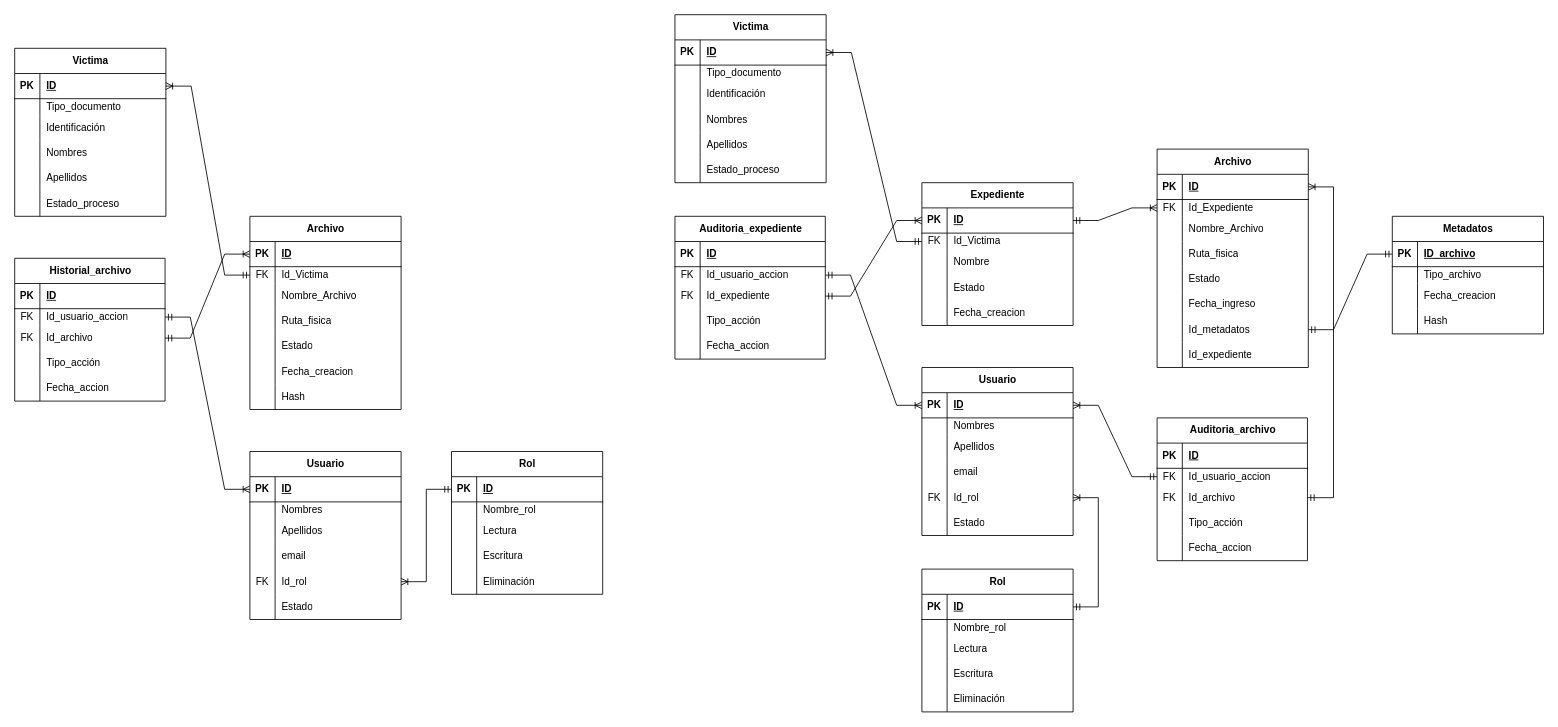
Above: Entidad-relacion documental restitucion de tierras.drawio in nrb3098/ProyectoVictimasAPE (draw.io), before the change. Source tidied: cells renumbered, new cells numbered last; positions are measured from the earlier drawing's top-left corner, leaving out a move shared by most shapes. Both pictures are drawn from the tidied source at 84%, with x=0, y=0 at pixel (14, 14).
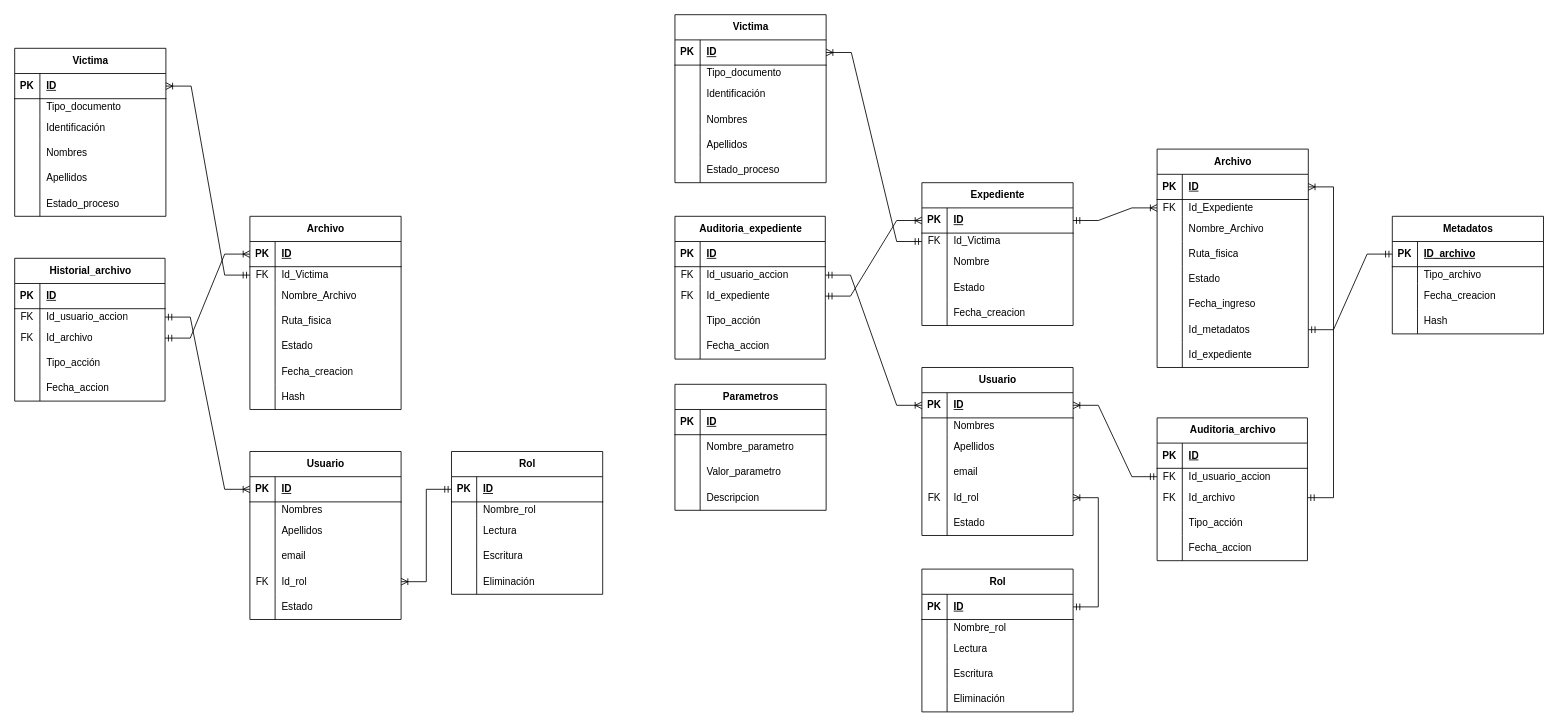
The same page after the edit.

Change to the diagram source:
```diff
@@
+    <mxCell id="246" value="Parametros" style="shape=table;startSize=30;childLayout=tableLayout;rowLines=0;fontStyle=1;align=center;html=1;" parent="1" vertex="1">
+      <mxGeometry x="786" y="440" width="180" height="150" as="geometry" />
+    </mxCell>
+    <mxCell id="247" style="shape=tableRow;horizontal=0;startSize=0;swimlaneHead=0;swimlaneBody=0;fillColor=none;top=0;left=0;right=0;bottom=1;" parent="246" vertex="1">
+      <mxGeometry y="30" width="180" height="30" as="geometry" />
+    </mxCell>
+    <mxCell id="248" value="PK" style="shape=partialRectangle;fillColor=none;top=0;left=0;bottom=0;right=0;fontStyle=1;overflow=hidden;whiteSpace=wrap;html=1;" parent="247" vertex="1">
+      <mxGeometry width="30" height="30" as="geometry" />
+    </mxCell>
+    <mxCell id="249" value="ID" style="shape=partialRectangle;fillColor=none;top=0;left=0;bottom=0;right=0;align=left;spacingLeft=6;fontStyle=5;overflow=hidden;whiteSpace=wrap;html=1;" parent="247" vertex="1">
+      <mxGeometry x="30" width="150" height="30" as="geometry" />
+    </mxCell>
+    <mxCell id="250" style="shape=tableRow;horizontal=0;startSize=0;swimlaneHead=0;swimlaneBody=0;fillColor=none;top=0;left=0;right=0;bottom=0;" parent="246" vertex="1">
+      <mxGeometry y="60" width="180" height="30" as="geometry" />
+    </mxCell>
+    <mxCell id="251" style="shape=partialRectangle;fillColor=none;top=0;left=0;bottom=0;right=0;overflow=hidden;whiteSpace=wrap;html=1;" parent="250" vertex="1">
+      <mxGeometry width="30" height="30" as="geometry" />
+    </mxCell>
+    <mxCell id="252" value="Nombre_parametro" style="shape=partialRectangle;fillColor=none;top=0;left=0;bottom=0;right=0;align=left;spacingLeft=6;overflow=hidden;whiteSpace=wrap;html=1;" parent="250" vertex="1">
+      <mxGeometry x="30" width="150" height="30" as="geometry" />
+    </mxCell>
+    <mxCell id="253" style="shape=tableRow;horizontal=0;startSize=0;swimlaneHead=0;swimlaneBody=0;fillColor=none;top=0;left=0;right=0;bottom=0;" parent="246" vertex="1">
+      <mxGeometry y="90" width="180" height="30" as="geometry" />
+    </mxCell>
+    <mxCell id="254" style="shape=partialRectangle;fillColor=none;top=0;left=0;bottom=0;right=0;overflow=hidden;whiteSpace=wrap;html=1;" parent="253" vertex="1">
+      <mxGeometry width="30" height="30" as="geometry" />
+    </mxCell>
+    <mxCell id="255" value="Valor_parametro" style="shape=partialRectangle;fillColor=none;top=0;left=0;bottom=0;right=0;align=left;spacingLeft=6;overflow=hidden;whiteSpace=wrap;html=1;" parent="253" vertex="1">
+      <mxGeometry x="30" width="150" height="30" as="geometry" />
+    </mxCell>
+    <mxCell id="256" style="shape=tableRow;horizontal=0;startSize=0;swimlaneHead=0;swimlaneBody=0;fillColor=none;top=0;left=0;right=0;bottom=0;" parent="246" vertex="1">
+      <mxGeometry y="120" width="180" height="30" as="geometry" />
+    </mxCell>
+    <mxCell id="257" style="shape=partialRectangle;fillColor=none;top=0;left=0;bottom=0;right=0;overflow=hidden;whiteSpace=wrap;html=1;" parent="256" vertex="1">
+      <mxGeometry width="30" height="30" as="geometry" />
+    </mxCell>
+    <mxCell id="258" value="Descripcion" style="shape=partialRectangle;fillColor=none;top=0;left=0;bottom=0;right=0;align=left;spacingLeft=6;overflow=hidden;whiteSpace=wrap;html=1;" parent="256" vertex="1">
+      <mxGeometry x="30" width="150" height="30" as="geometry" />
+    </mxCell>
```
